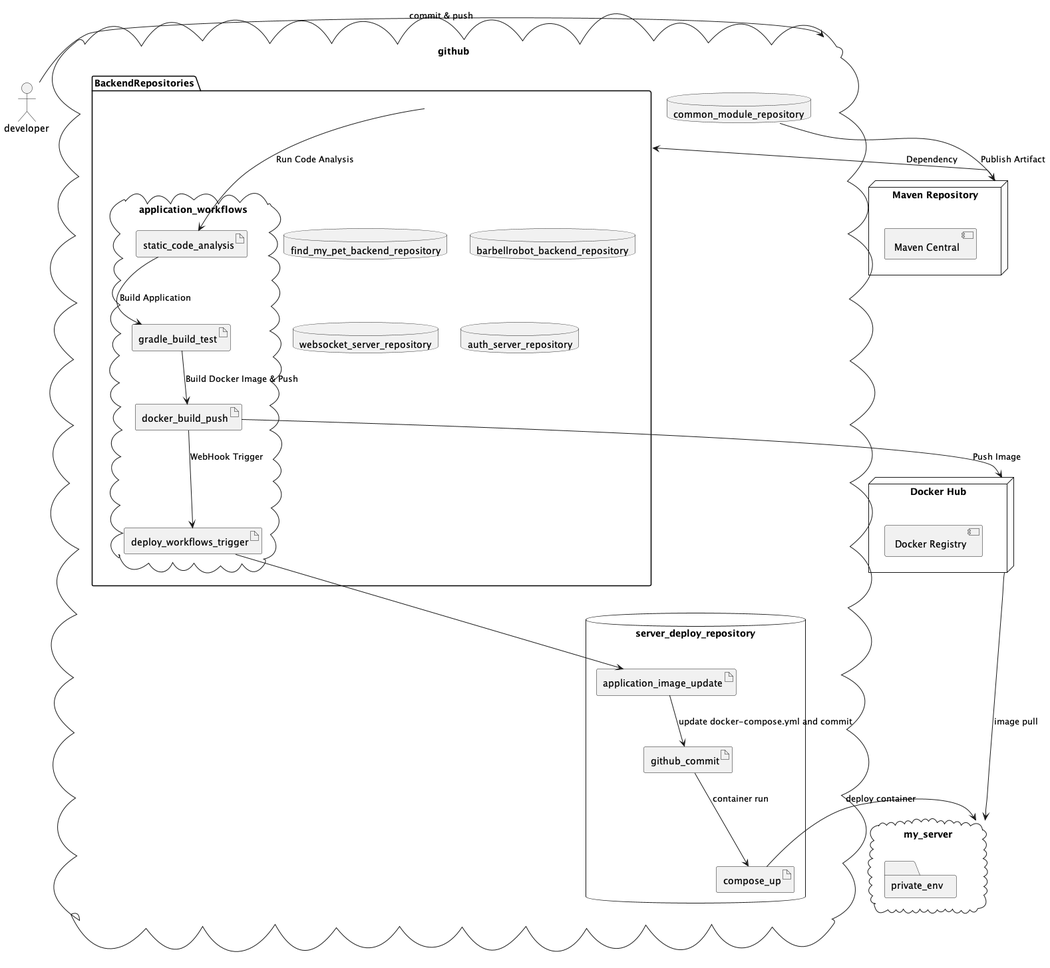
The PlantUML diagram docs/deploy.png in PARKPARKWOO/server-deploy, before a commit.
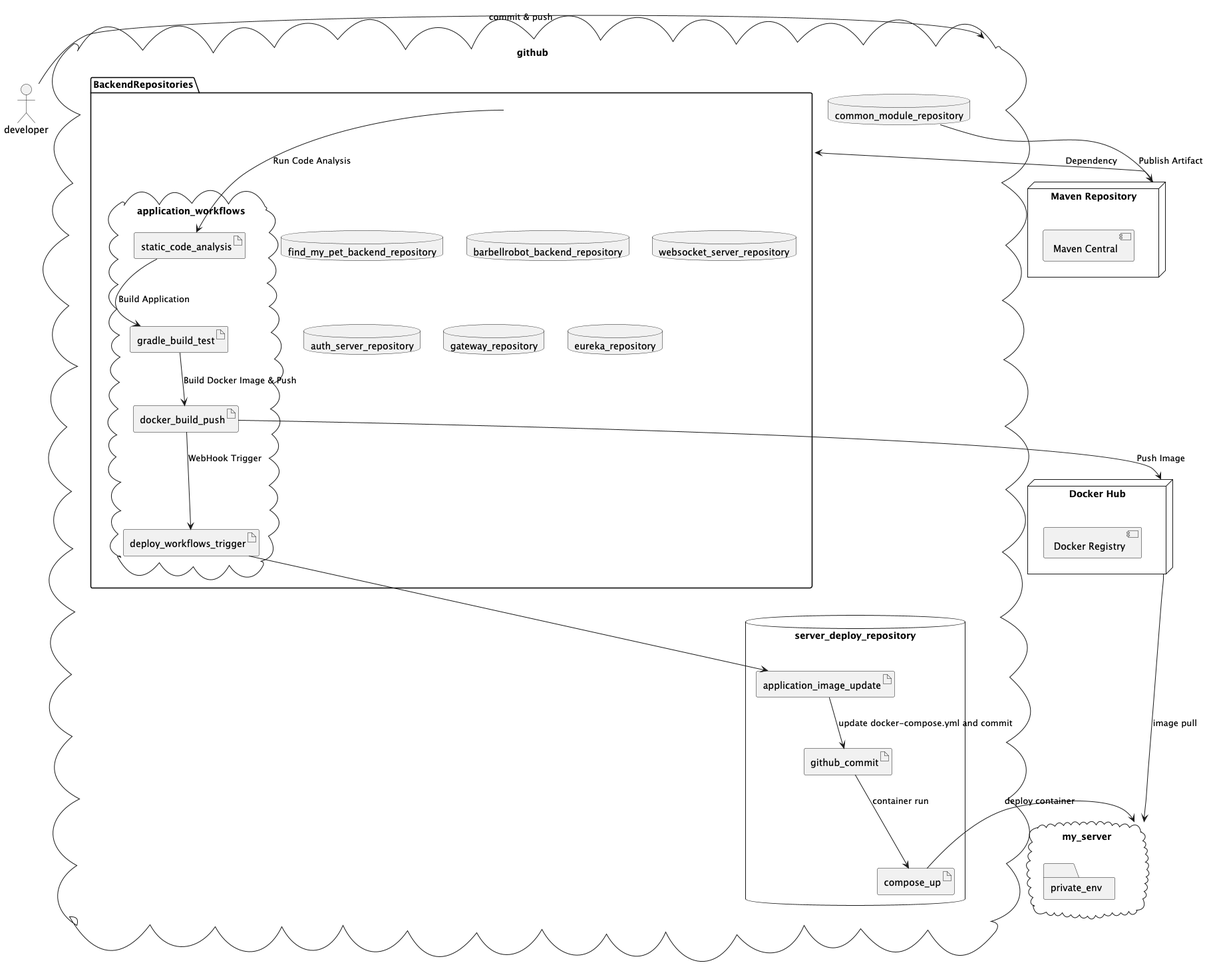
The same file after the commit.

Diff of the diagram source:
```diff
@@ -7,6 +7,8 @@
         database barbellrobot_backend_repository
         database websocket_server_repository
         database auth_server_repository
+        database gateway_repository
+        database eureka_repository
 
             cloud application_workflows {
                 artifact static_code_analysis
```
